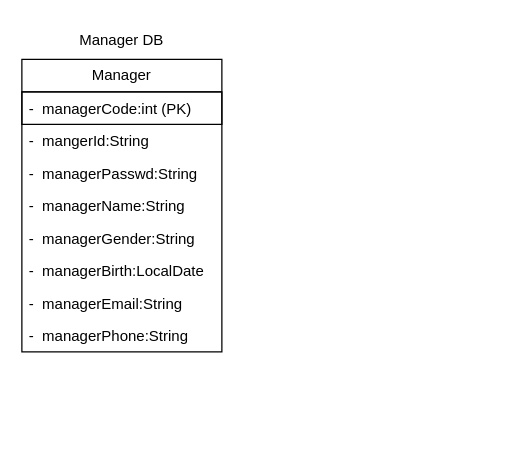
GyuminGomin/HealthKiosk keeps this draw.io diagram as healthKiosk클래스다이어그램.drawio. Above is the earlier version. Source tidied: cells renumbered, new cells numbered last; positions are measured from the earlier drawing's top-left corner, leaving out a move shared by most shapes. Both pictures are drawn from the tidied source at 125%, with x=0, y=0 at pixel (21, 21).
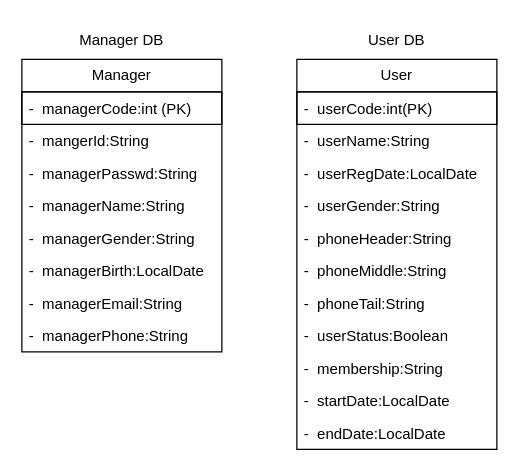
The same diagram, later.

Commit message:
userDB 클래스 다이어그램

Diff of the diagram source:
```diff
@@
+    <mxCell id="12" value="User" style="swimlane;fontStyle=0;horizontal=1;startSize=26;fillColor=none;whiteSpace=wrap;html=1;" parent="1" vertex="1">
+      <mxGeometry x="220" y="30" width="160" height="312" as="geometry" />
+    </mxCell>
+    <mxCell id="13" value="-&amp;nbsp; userCode:int(PK)" style="text;strokeColor=default;fillColor=none;align=left;verticalAlign=top;spacingLeft=4;spacingRight=4;overflow=hidden;whiteSpace=wrap;html=1;" parent="12" vertex="1">
+      <mxGeometry y="26" width="160" height="26" as="geometry" />
+    </mxCell>
+    <mxCell id="14" value="-&amp;nbsp; userName:String" style="text;strokeColor=none;fillColor=none;align=left;verticalAlign=top;spacingLeft=4;spacingRight=4;overflow=hidden;whiteSpace=wrap;html=1;" parent="12" vertex="1">
+      <mxGeometry y="52" width="160" height="26" as="geometry" />
+    </mxCell>
+    <mxCell id="15" value="-&amp;nbsp; userRegDate:LocalDate" style="text;strokeColor=none;fillColor=none;align=left;verticalAlign=top;spacingLeft=4;spacingRight=4;overflow=hidden;whiteSpace=wrap;html=1;" parent="12" vertex="1">
+      <mxGeometry y="78" width="160" height="26" as="geometry" />
+    </mxCell>
+    <mxCell id="16" value="-&amp;nbsp; userGender:String" style="text;strokeColor=none;fillColor=none;align=left;verticalAlign=top;spacingLeft=4;spacingRight=4;overflow=hidden;whiteSpace=wrap;html=1;" parent="12" vertex="1">
+      <mxGeometry y="104" width="160" height="26" as="geometry" />
+    </mxCell>
+    <mxCell id="17" value="-&amp;nbsp; phoneHeader:String" style="text;strokeColor=none;fillColor=none;align=left;verticalAlign=top;spacingLeft=4;spacingRight=4;overflow=hidden;whiteSpace=wrap;html=1;" parent="12" vertex="1">
+      <mxGeometry y="130" width="160" height="26" as="geometry" />
+    </mxCell>
+    <mxCell id="18" value="-&amp;nbsp; phoneMiddle:String" style="text;strokeColor=none;fillColor=none;align=left;verticalAlign=top;spacingLeft=4;spacingRight=4;overflow=hidden;whiteSpace=wrap;html=1;" parent="12" vertex="1">
+      <mxGeometry y="156" width="160" height="26" as="geometry" />
+    </mxCell>
+    <mxCell id="19" value="-&amp;nbsp; phoneTail:String" style="text;strokeColor=none;fillColor=none;align=left;verticalAlign=top;spacingLeft=4;spacingRight=4;overflow=hidden;whiteSpace=wrap;html=1;" parent="12" vertex="1">
+      <mxGeometry y="182" width="160" height="26" as="geometry" />
+    </mxCell>
+    <mxCell id="20" value="-&amp;nbsp; userStatus:Boolean" style="text;strokeColor=none;fillColor=none;align=left;verticalAlign=top;spacingLeft=4;spacingRight=4;overflow=hidden;whiteSpace=wrap;html=1;" parent="12" vertex="1">
+      <mxGeometry y="208" width="160" height="26" as="geometry" />
+    </mxCell>
+    <mxCell id="21" value="-&amp;nbsp; membership:String" style="text;strokeColor=none;fillColor=none;align=left;verticalAlign=top;spacingLeft=4;spacingRight=4;overflow=hidden;whiteSpace=wrap;html=1;" parent="12" vertex="1">
+      <mxGeometry y="234" width="160" height="26" as="geometry" />
+    </mxCell>
+    <mxCell id="22" value="-&amp;nbsp; startDate:LocalDate" style="text;strokeColor=none;fillColor=none;align=left;verticalAlign=top;spacingLeft=4;spacingRight=4;overflow=hidden;whiteSpace=wrap;html=1;" parent="12" vertex="1">
+      <mxGeometry y="260" width="160" height="26" as="geometry" />
+    </mxCell>
+    <mxCell id="23" value="-&amp;nbsp; endDate:LocalDate" style="text;strokeColor=none;fillColor=none;align=left;verticalAlign=top;spacingLeft=4;spacingRight=4;overflow=hidden;whiteSpace=wrap;html=1;" parent="12" vertex="1">
+      <mxGeometry y="286" width="160" height="26" as="geometry" />
+    </mxCell>
+    <mxCell id="24" value="User DB" style="text;html=1;strokeColor=none;fillColor=none;align=center;verticalAlign=middle;whiteSpace=wrap;rounded=0;" parent="1" vertex="1">
+      <mxGeometry x="255" width="90" height="30" as="geometry" />
+    </mxCell>
```
